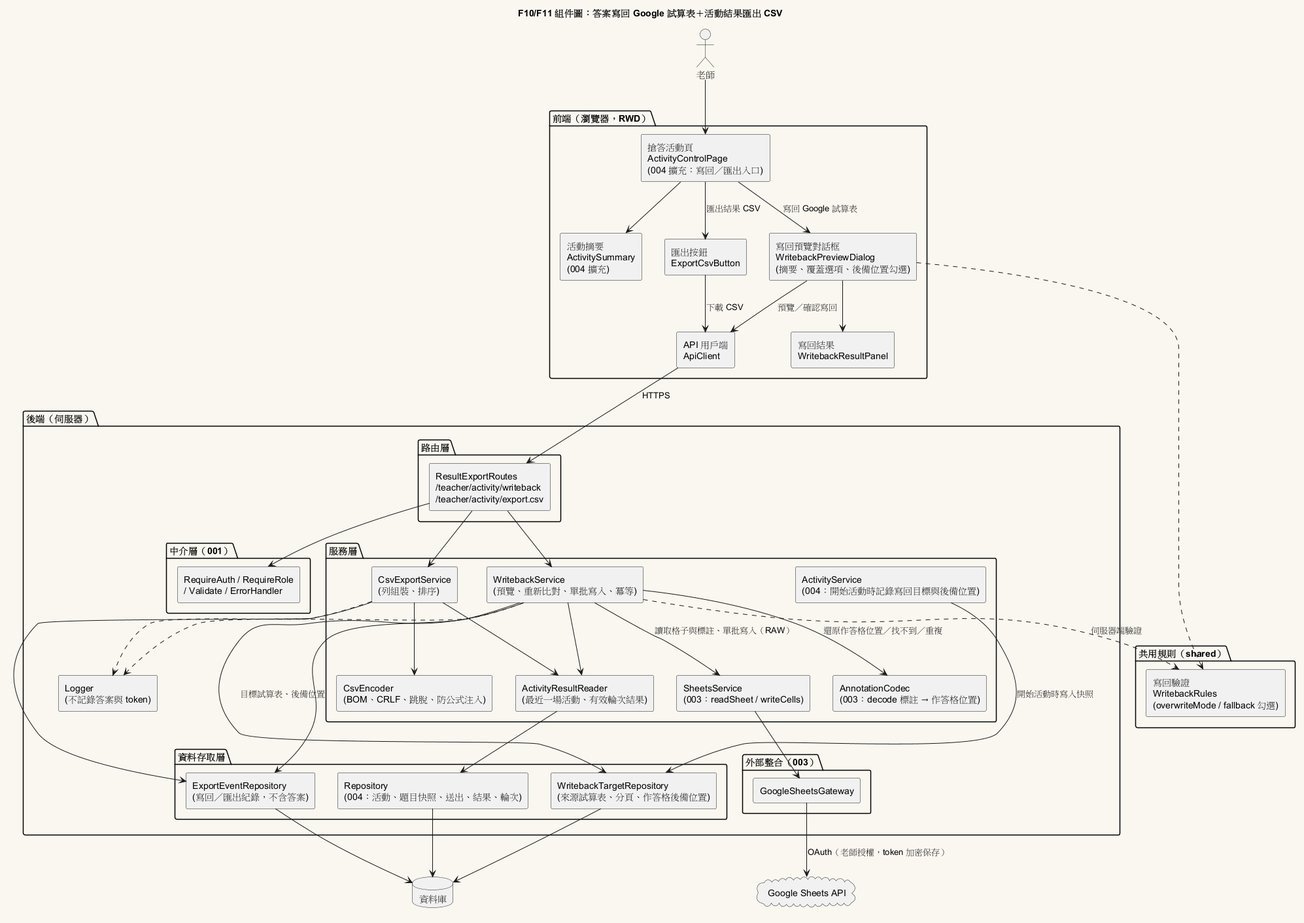
Ennn-1023/SE_project keeps this PlantUML diagram as diagrams/005-component.png. Above is the earlier version.
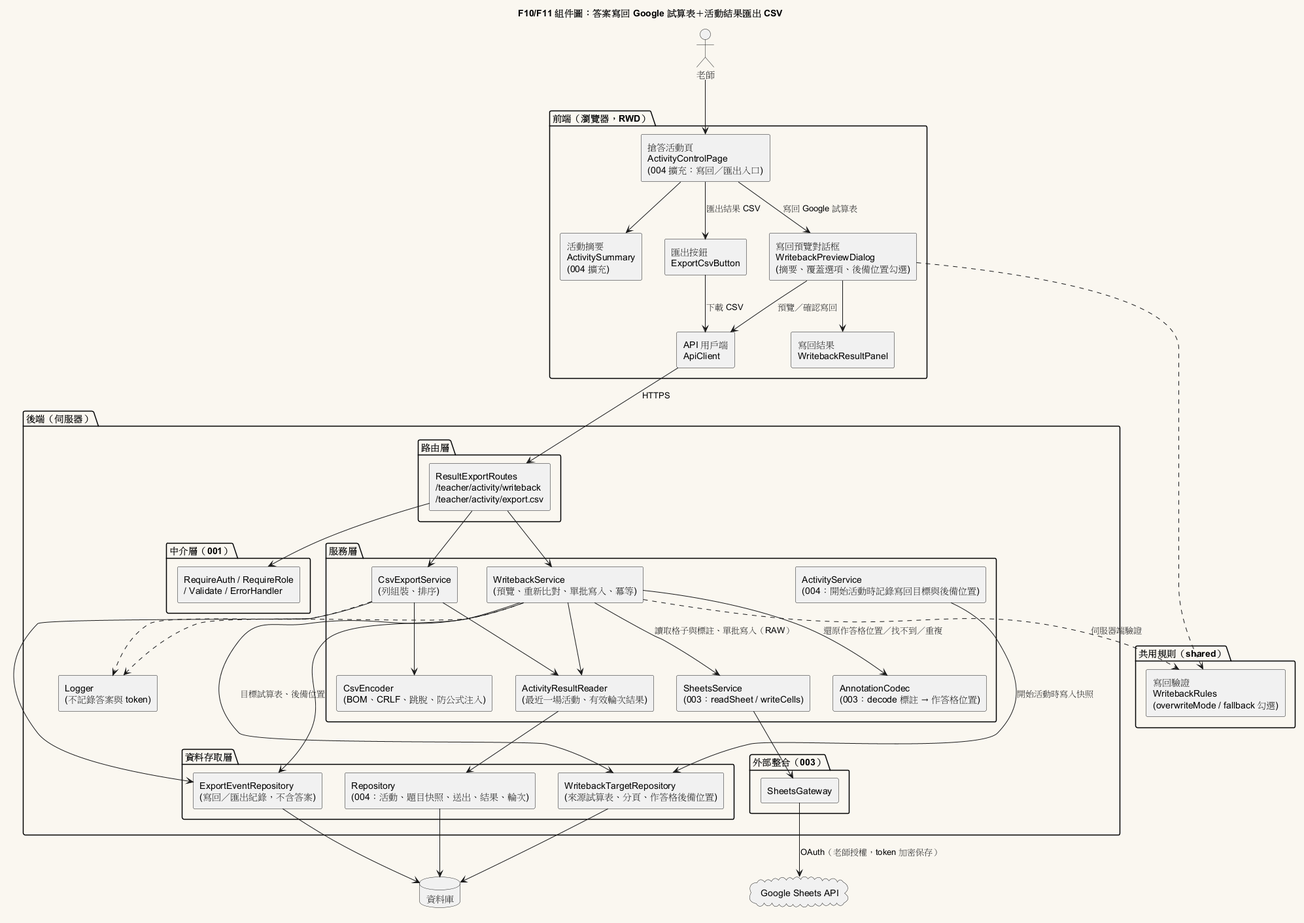
The same diagram one commit later.

What changed in the source:
```diff
@@ -42,7 +42,7 @@
     [ExportEventRepository\n(寫回／匯出紀錄，不含答案)] as EventRepo
   }
   package "外部整合（003）" {
-    [GoogleSheetsGateway] as Gateway
+    [SheetsGateway] as Gateway
   }
   [Logger\n(不記錄答案與 token)] as Logger
 }
```
